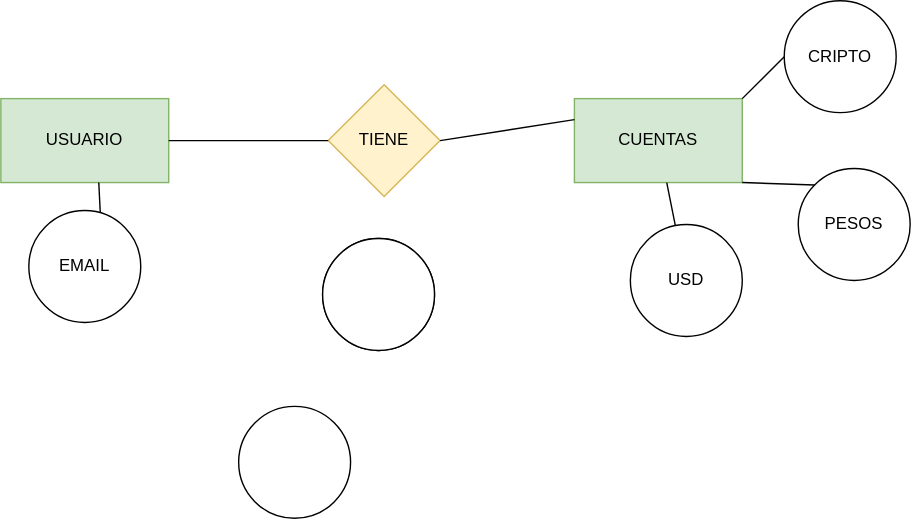
Above: Diagrama sin título.drawio.svg in Lauga2022/APP (draw.io), before the change. Source tidied: cells renumbered, new cells last; positions are measured from the earlier drawing's top-left corner, leaving out a move shared by most shapes.
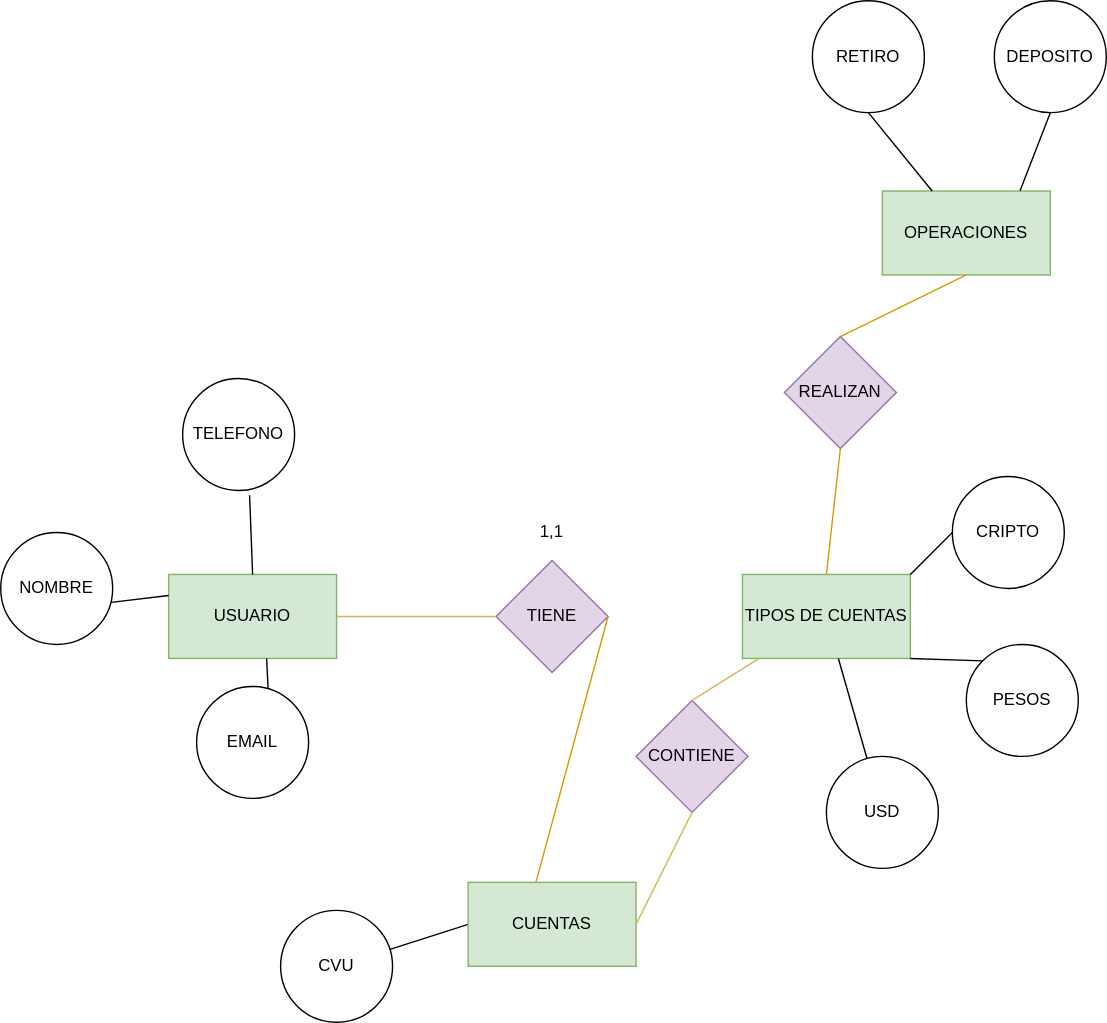
Above is the later version.

Diff of the diagram source:
```diff
@@ -5,20 +5,20 @@
     <mxCell id="2" value="USUARIO" style="rounded=0;whiteSpace=wrap;html=1;fillColor=#d5e8d4;strokeColor=#82b366;" parent="1" vertex="1">
       <mxGeometry y="70" width="120" height="60" as="geometry" />
     </mxCell>
-    <mxCell id="3" value="TIENE" style="rhombus;whiteSpace=wrap;html=1;fillColor=#fff2cc;strokeColor=#d6b656;" parent="1" vertex="1">
+    <mxCell id="3" value="TIENE" style="rhombus;whiteSpace=wrap;html=1;fillColor=#e1d5e7;strokeColor=#9673a6;" parent="1" vertex="1">
       <mxGeometry x="234" y="60" width="80" height="80" as="geometry" />
     </mxCell>
-    <mxCell id="4" value="CUENTAS" style="rounded=0;whiteSpace=wrap;html=1;fillColor=#d5e8d4;strokeColor=#82b366;" parent="1" vertex="1">
+    <mxCell id="4" value="TIPOS DE CUENTAS" style="rounded=0;whiteSpace=wrap;html=1;fillColor=#d5e8d4;strokeColor=#82b366;" parent="1" vertex="1">
       <mxGeometry x="410" y="70" width="120" height="60" as="geometry" />
     </mxCell>
-    <mxCell id="5" style="ellipse;whiteSpace=wrap;html=1;" parent="1" vertex="1">
-      <mxGeometry x="230" y="170" width="80" height="80" as="geometry" />
+    <mxCell id="5" value="DEPOSITO" style="ellipse;whiteSpace=wrap;html=1;" parent="1" vertex="1">
+      <mxGeometry x="590" y="-340" width="80" height="80" as="geometry" />
     </mxCell>
-    <mxCell id="6" style="ellipse;whiteSpace=wrap;html=1;" parent="1" vertex="1">
-      <mxGeometry x="230" y="170" width="80" height="80" as="geometry" />
+    <mxCell id="6" value="NOMBRE" style="ellipse;whiteSpace=wrap;html=1;" parent="1" vertex="1">
+      <mxGeometry x="-120" y="40" width="80" height="80" as="geometry" />
     </mxCell>
-    <mxCell id="7" style="ellipse;whiteSpace=wrap;html=1;" parent="1" vertex="1">
-      <mxGeometry x="170" y="290" width="80" height="80" as="geometry" />
+    <mxCell id="7" value="CVU" style="ellipse;whiteSpace=wrap;html=1;" parent="1" vertex="1">
+      <mxGeometry x="80" y="310" width="80" height="80" as="geometry" />
     </mxCell>
     <mxCell id="8" value="EMAIL" style="ellipse;whiteSpace=wrap;html=1;" parent="1" vertex="1">
       <mxGeometry x="20" y="150" width="80" height="80" as="geometry" />
@@ -27,7 +27,7 @@
       <mxGeometry x="560" width="80" height="80" as="geometry" />
     </mxCell>
     <mxCell id="10" value="USD" style="ellipse;whiteSpace=wrap;html=1;" parent="1" vertex="1">
-      <mxGeometry x="450" y="160" width="80" height="80" as="geometry" />
+      <mxGeometry x="470" y="200" width="80" height="80" as="geometry" />
     </mxCell>
     <mxCell id="11" value="PESOS" style="ellipse;whiteSpace=wrap;html=1;" parent="1" vertex="1">
       <mxGeometry x="570" y="120" width="80" height="80" as="geometry" />
@@ -35,7 +35,7 @@
     <mxCell id="12" style="endArrow=none;html=1;rounded=0;" parent="1" edge="1" source="4" target="10">
       <mxGeometry relative="1" as="geometry" />
     </mxCell>
-    <mxCell id="13" style="endArrow=none;html=1;rounded=0;entryX=0;entryY=0.25;entryDx=0;entryDy=0;exitX=1;exitY=0.5;exitDx=0;exitDy=0;" parent="1" edge="1" source="3" target="4">
+    <mxCell id="13" style="endArrow=none;html=1;rounded=0;entryX=0.404;entryY=-0.002;entryDx=0;entryDy=0;exitX=1;exitY=0.5;exitDx=0;exitDy=0;fillColor=#ffe6cc;strokeColor=#d79b00;entryPerimeter=0;" parent="1" edge="1" source="3" target="29">
       <mxGeometry relative="1" as="geometry" />
     </mxCell>
     <mxCell id="14" style="endArrow=none;html=1;rounded=0;entryX=0;entryY=0;entryDx=0;entryDy=0;exitX=1;exitY=1;exitDx=0;exitDy=0;" parent="1" edge="1" source="4" target="11">
@@ -52,8 +52,56 @@
         <mxPoint x="70" y="130" as="targetPoint" />
       </mxGeometry>
     </mxCell>
-    <mxCell id="17" style="endArrow=none;html=1;rounded=0;entryX=0;entryY=0.5;entryDx=0;entryDy=0;exitX=1;exitY=0.5;exitDx=0;exitDy=0;" parent="1" edge="1" source="2" target="3">
+    <mxCell id="17" style="endArrow=none;html=1;rounded=0;entryX=0;entryY=0.5;entryDx=0;entryDy=0;exitX=1;exitY=0.5;exitDx=0;exitDy=0;fillColor=#fff2cc;strokeColor=#d6b656;" parent="1" edge="1" source="2" target="3">
       <mxGeometry relative="1" as="geometry" />
     </mxCell>
+    <mxCell id="18" value="OPERACIONES" style="rounded=0;whiteSpace=wrap;html=1;fillColor=#d5e8d4;strokeColor=#82b366;" parent="1" vertex="1">
+      <mxGeometry x="510" y="-204" width="120" height="60" as="geometry" />
+    </mxCell>
+    <mxCell id="19" value="REALIZAN" style="rhombus;whiteSpace=wrap;html=1;fillColor=#e1d5e7;strokeColor=#9673a6;" parent="1" vertex="1">
+      <mxGeometry x="440" y="-100" width="80" height="80" as="geometry" />
+    </mxCell>
+    <mxCell id="20" style="endArrow=none;html=1;rounded=0;entryX=0.5;entryY=1;entryDx=0;entryDy=0;exitX=0.5;exitY=0;exitDx=0;exitDy=0;fillColor=#ffe6cc;strokeColor=#d79b00;" parent="1" edge="1" source="19" target="18">
+      <mxGeometry relative="1" as="geometry" />
+    </mxCell>
+    <mxCell id="21" style="endArrow=none;html=1;rounded=0;entryX=0.5;entryY=1;entryDx=0;entryDy=0;exitX=0.5;exitY=0;exitDx=0;exitDy=0;fillColor=#ffe6cc;strokeColor=#d79b00;" parent="1" edge="1" source="4" target="19">
+      <mxGeometry relative="1" as="geometry" />
+    </mxCell>
+    <mxCell id="22" value="RETIRO" style="ellipse;whiteSpace=wrap;html=1;" parent="1" vertex="1">
+      <mxGeometry x="460" y="-340" width="80" height="80" as="geometry" />
+    </mxCell>
+    <mxCell id="23" style="endArrow=none;html=1;rounded=0;entryX=0.5;entryY=1;entryDx=0;entryDy=0;" parent="1" edge="1" source="18" target="22">
+      <mxGeometry relative="1" as="geometry" />
+    </mxCell>
+    <mxCell id="24" style="endArrow=none;html=1;rounded=0;entryX=0.5;entryY=1;entryDx=0;entryDy=0;exitX=0.82;exitY=-0.004;exitDx=0;exitDy=0;exitPerimeter=0;" parent="1" edge="1" source="18" target="5">
+      <mxGeometry relative="1" as="geometry" />
+    </mxCell>
+    <mxCell id="25" style="endArrow=none;html=1;rounded=0;entryX=0;entryY=0.5;entryDx=0;entryDy=0;" parent="1" edge="1" source="7" target="29">
+      <mxGeometry relative="1" as="geometry" />
+    </mxCell>
+    <mxCell id="26" style="endArrow=none;html=1;rounded=0;exitX=0.987;exitY=0.624;exitDx=0;exitDy=0;exitPerimeter=0;entryX=0;entryY=0.25;entryDx=0;entryDy=0;" parent="1" edge="1" source="6" target="2">
+      <mxGeometry relative="1" as="geometry" />
+    </mxCell>
+    <mxCell id="27" value="TELEFONO" style="ellipse;whiteSpace=wrap;html=1;" parent="1" vertex="1">
+      <mxGeometry x="10" y="-70" width="80" height="80" as="geometry" />
+    </mxCell>
+    <mxCell id="28" style="endArrow=none;html=1;rounded=0;entryX=0.598;entryY=1.043;entryDx=0;entryDy=0;entryPerimeter=0;exitX=0.5;exitY=0;exitDx=0;exitDy=0;" parent="1" edge="1" source="2" target="27">
+      <mxGeometry relative="1" as="geometry" />
+    </mxCell>
+    <mxCell id="29" value="CUENTAS" style="rounded=0;whiteSpace=wrap;html=1;fillColor=#d5e8d4;strokeColor=#82b366;" parent="1" vertex="1">
+      <mxGeometry x="214" y="290" width="120" height="60" as="geometry" />
+    </mxCell>
+    <mxCell id="30" style="endArrow=none;html=1;rounded=0;entryX=0.5;entryY=1;entryDx=0;entryDy=0;exitX=1;exitY=0.5;exitDx=0;exitDy=0;fillColor=#fff2cc;strokeColor=#d6b656;" parent="1" edge="1" source="29" target="32">
+      <mxGeometry relative="1" as="geometry" />
+    </mxCell>
+    <mxCell id="31" value="1,1" style="whiteSpace=wrap;html=1;fillColor=none;strokeColor=none;" parent="1" vertex="1">
+      <mxGeometry x="214" y="10" width="120" height="60" as="geometry" />
+    </mxCell>
+    <mxCell id="32" value="CONTIENE" style="rhombus;whiteSpace=wrap;html=1;fillColor=#e1d5e7;strokeColor=#9673a6;" parent="1" vertex="1">
+      <mxGeometry x="334" y="160" width="80" height="80" as="geometry" />
+    </mxCell>
+    <mxCell id="33" style="endArrow=none;html=1;rounded=0;exitX=0.5;exitY=0;exitDx=0;exitDy=0;fillColor=#fff2cc;strokeColor=#d6b656;" parent="1" edge="1" source="32" target="4">
+      <mxGeometry relative="1" as="geometry" />
+    </mxCell>
   </root>
 </mxGraphModel>
```
